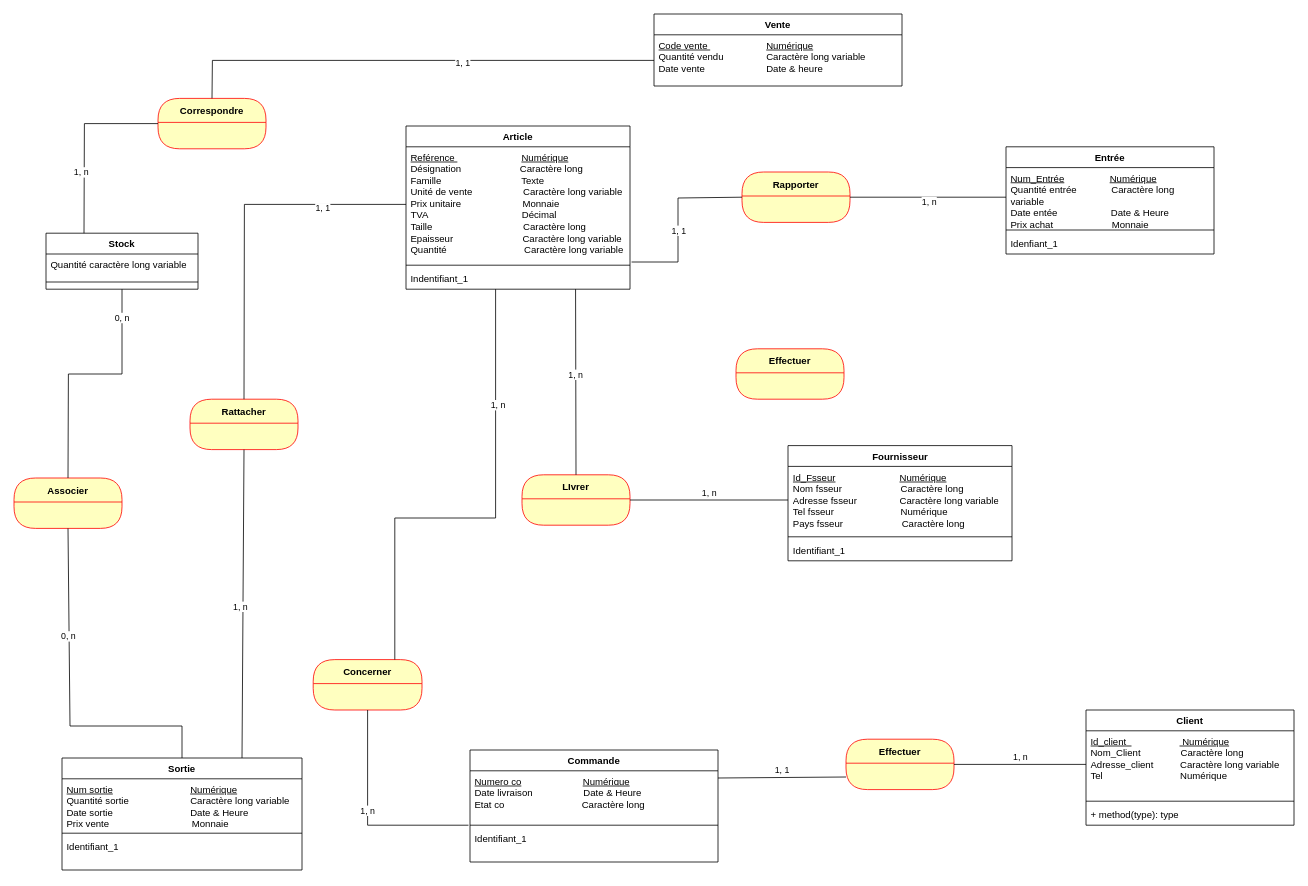
rachellusamba/CO-G.Stock keeps this draw.io diagram as page "MCD" (2 of 2) of G.Stock.drawio. Above is the earlier version. Source tidied: cells renumbered, new cells numbered last; positions are measured from the earlier drawing's top-left corner, leaving out a move shared by most shapes. Both pictures are drawn from the tidied source at 80%, with x=0, y=0 at pixel (14, 14).
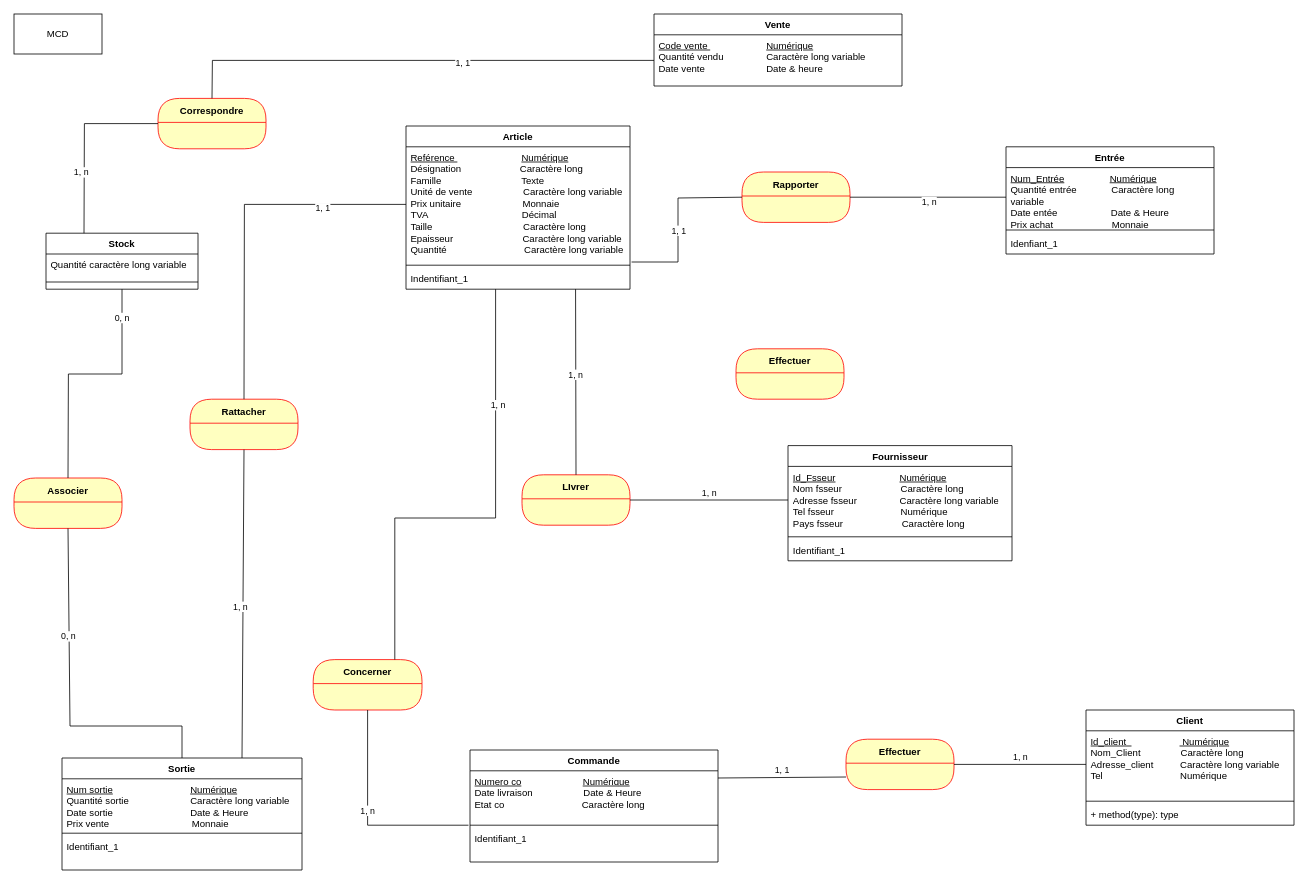
Above is the later version.

Change to the diagram source:
```diff
@@
+    <mxCell id="64" value="MCD" style="html=1;whiteSpace=wrap;" parent="1" vertex="1">
+      <mxGeometry width="110" height="50" as="geometry" />
+    </mxCell>
```
